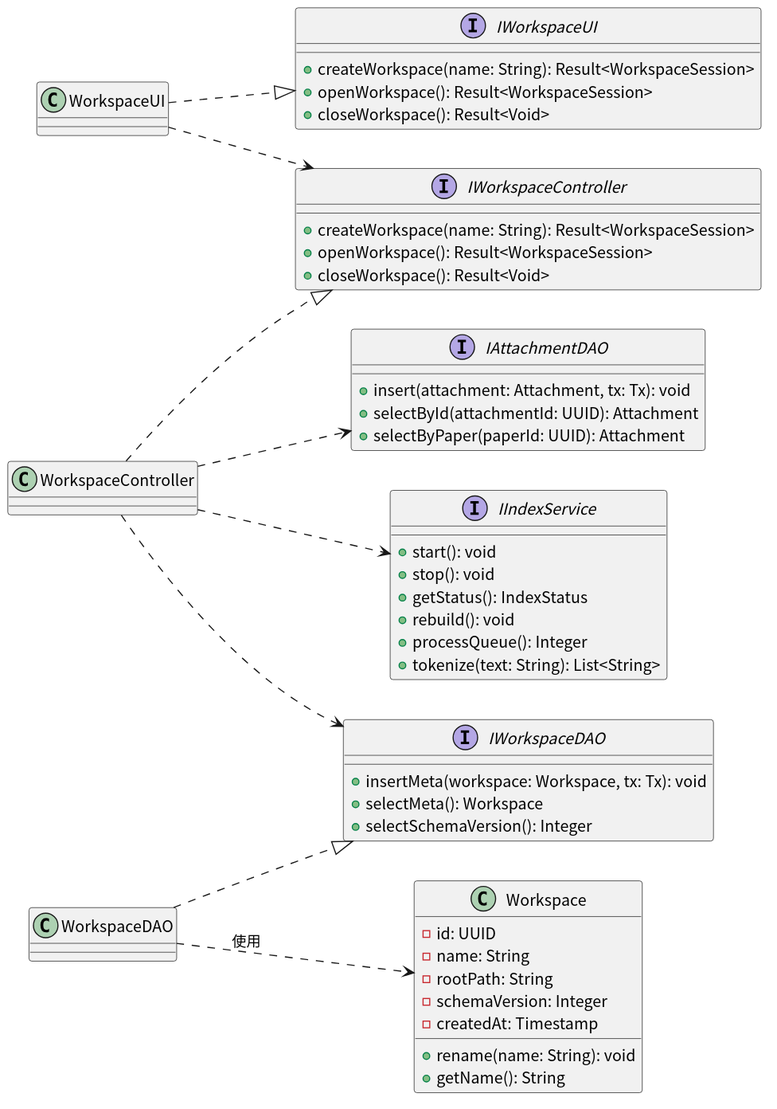
AlanRosston/labloom keeps this PlantUML diagram as docs/SE_Experiment/design/figures/components-uc01.svg. Above is the earlier version.
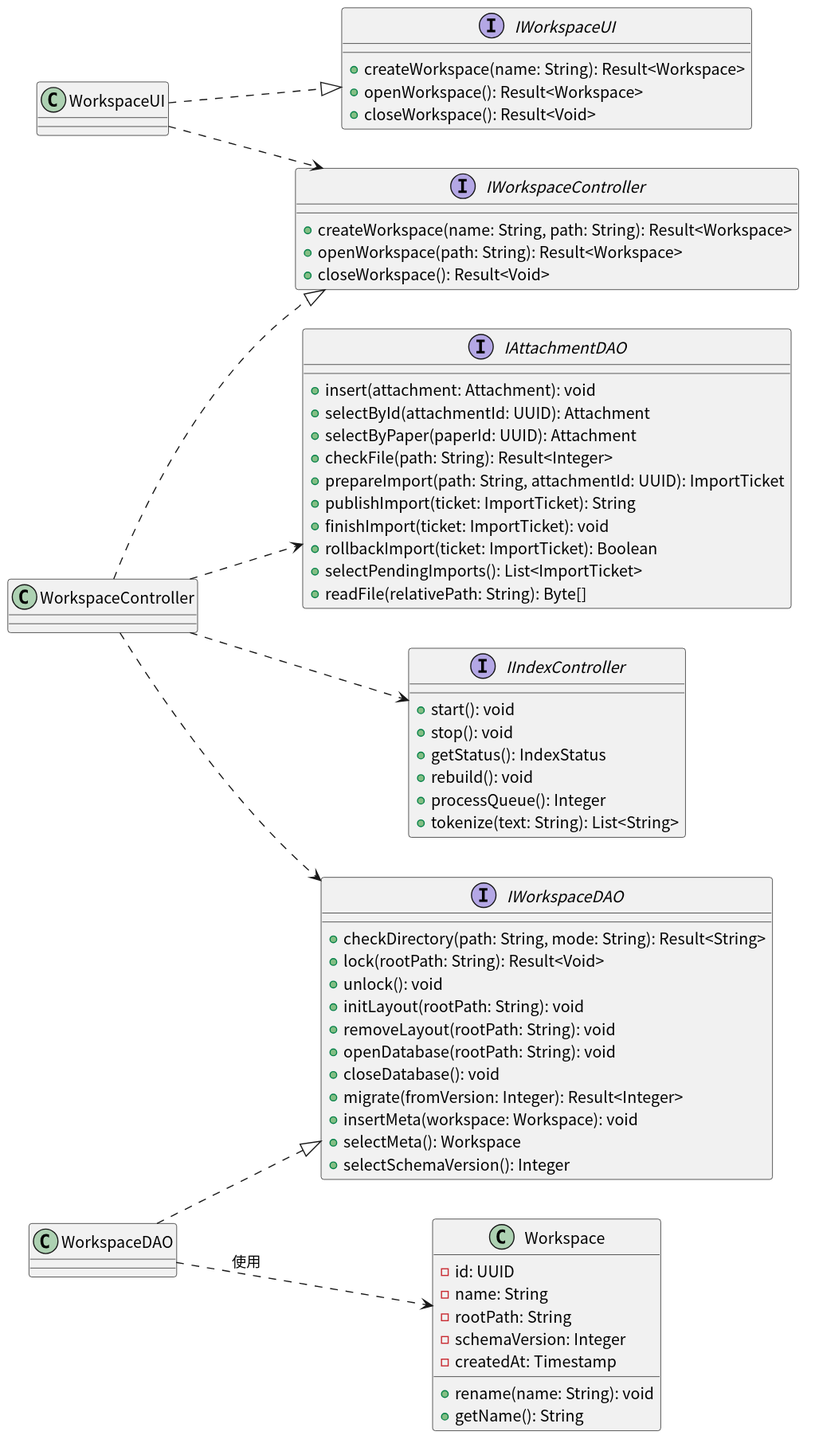
The same diagram one commit later.

Diff of the diagram source:
```diff
@@ -3,26 +3,41 @@
 left to right direction
 
 interface IWorkspaceUI {
-  + createWorkspace(name: String): Result<WorkspaceSession>
-  + openWorkspace(): Result<WorkspaceSession>
+  + createWorkspace(name: String): Result<Workspace>
+  + openWorkspace(): Result<Workspace>
   + closeWorkspace(): Result<Void>
 }
 interface IWorkspaceController {
-  + createWorkspace(name: String): Result<WorkspaceSession>
-  + openWorkspace(): Result<WorkspaceSession>
+  + createWorkspace(name: String, path: String): Result<Workspace>
+  + openWorkspace(path: String): Result<Workspace>
   + closeWorkspace(): Result<Void>
 }
 interface IWorkspaceDAO {
-  + insertMeta(workspace: Workspace, tx: Tx): void
+  + checkDirectory(path: String, mode: String): Result<String>
+  + lock(rootPath: String): Result<Void>
+  + unlock(): void
+  + initLayout(rootPath: String): void
+  + removeLayout(rootPath: String): void
+  + openDatabase(rootPath: String): void
+  + closeDatabase(): void
+  + migrate(fromVersion: Integer): Result<Integer>
+  + insertMeta(workspace: Workspace): void
   + selectMeta(): Workspace
   + selectSchemaVersion(): Integer
 }
 interface IAttachmentDAO {
-  + insert(attachment: Attachment, tx: Tx): void
+  + insert(attachment: Attachment): void
   + selectById(attachmentId: UUID): Attachment
   + selectByPaper(paperId: UUID): Attachment
+  + checkFile(path: String): Result<Integer>
+  + prepareImport(path: String, attachmentId: UUID): ImportTicket
+  + publishImport(ticket: ImportTicket): String
+  + finishImport(ticket: ImportTicket): void
+  + rollbackImport(ticket: ImportTicket): Boolean
+  + selectPendingImports(): List<ImportTicket>
+  + readFile(relativePath: String): Byte[]
 }
-interface IIndexService {
+interface IIndexController {
   + start(): void
   + stop(): void
   + getStatus(): IndexStatus
@@ -50,7 +65,7 @@
 WorkspaceUI ..> IWorkspaceController
 WorkspaceController ..> IWorkspaceDAO
 WorkspaceController ..> IAttachmentDAO
-WorkspaceController ..> IIndexService
+WorkspaceController ..> IIndexController
 
 WorkspaceDAO ..> Workspace : 使用
 @enduml
```
